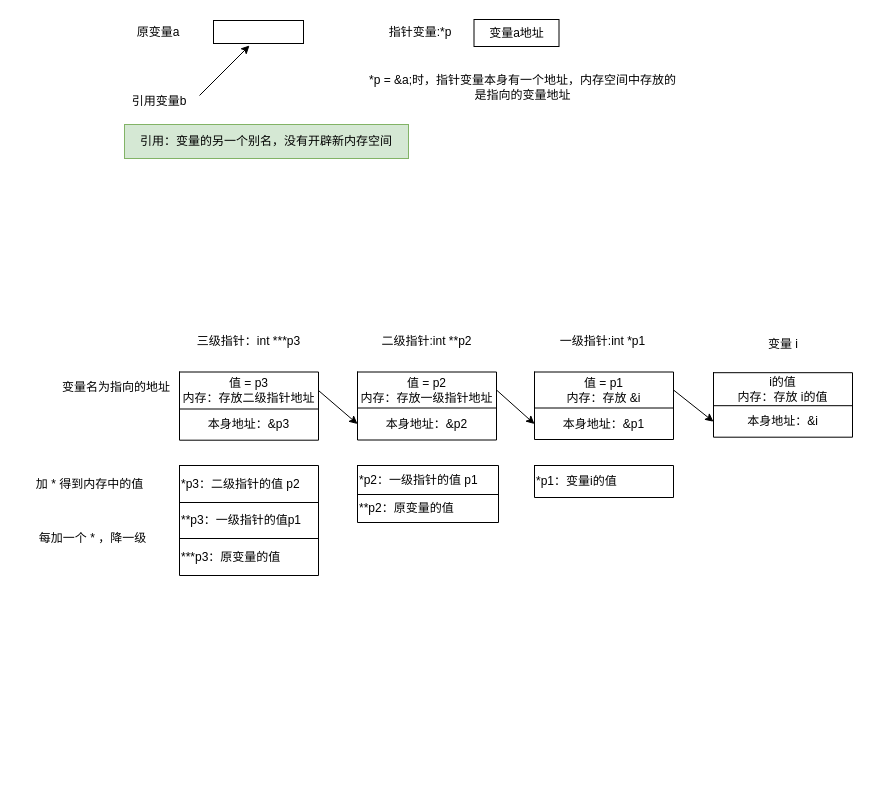
Earlier version of the draw.io diagram 未命名绘图.drawio (weibu01/a_drawio). Source tidied: cells renumbered, new cells numbered last; positions are measured from the earlier drawing's top-left corner, leaving out a move shared by most shapes. Both pictures are drawn from the tidied source at 100%, with x=0, y=0 at pixel (17, 16).
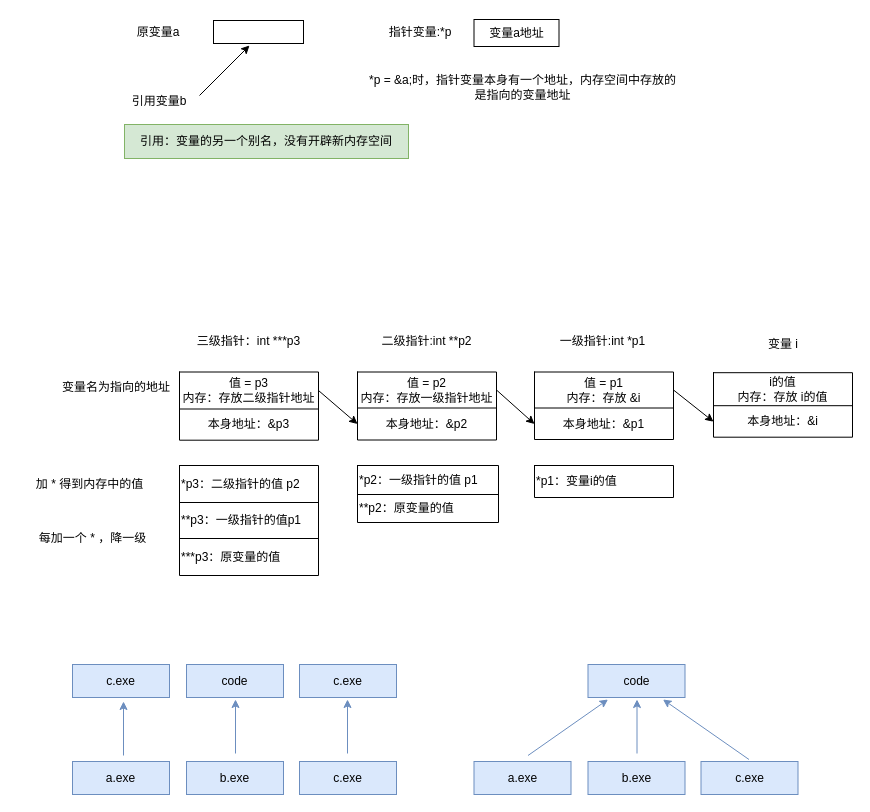
Above is the later version.

Commit message:
更新未命名绘图.drawio

Change to the diagram source:
```diff
@@
+    <mxCell id="55" value="code" style="rounded=0;whiteSpace=wrap;html=1;fillColor=#dae8fc;strokeColor=#6c8ebf;" parent="1" vertex="1">
+      <mxGeometry x="169" y="648" width="97" height="33" as="geometry" />
+    </mxCell>
+    <mxCell id="56" value="a.exe" style="rounded=0;whiteSpace=wrap;html=1;fillColor=#dae8fc;strokeColor=#6c8ebf;" parent="1" vertex="1">
+      <mxGeometry x="55" y="745" width="97" height="33" as="geometry" />
+    </mxCell>
+    <mxCell id="57" value="c.exe" style="rounded=0;whiteSpace=wrap;html=1;fillColor=#dae8fc;strokeColor=#6c8ebf;" parent="1" vertex="1">
+      <mxGeometry x="282" y="745" width="97" height="33" as="geometry" />
+    </mxCell>
+    <mxCell id="58" value="b.exe" style="rounded=0;whiteSpace=wrap;html=1;fillColor=#dae8fc;strokeColor=#6c8ebf;" parent="1" vertex="1">
+      <mxGeometry x="169" y="745" width="97" height="33" as="geometry" />
+    </mxCell>
+    <mxCell id="59" style="endArrow=classic;html=1;rounded=0;fillColor=#dae8fc;strokeColor=#6c8ebf;" parent="1" edge="1">
+      <mxGeometry relative="1" as="geometry">
+        <mxPoint x="218" y="737" as="sourcePoint" />
+        <mxPoint x="218" y="683" as="targetPoint" />
+      </mxGeometry>
+    </mxCell>
+    <mxCell id="60" value="code" style="rounded=0;whiteSpace=wrap;html=1;fillColor=#dae8fc;strokeColor=#6c8ebf;" parent="1" vertex="1">
+      <mxGeometry x="570.5" y="648" width="97" height="33" as="geometry" />
+    </mxCell>
+    <mxCell id="61" value="a.exe" style="rounded=0;whiteSpace=wrap;html=1;fillColor=#dae8fc;strokeColor=#6c8ebf;" parent="1" vertex="1">
+      <mxGeometry x="456.5" y="745" width="97" height="33" as="geometry" />
+    </mxCell>
+    <mxCell id="62" value="c.exe" style="rounded=0;whiteSpace=wrap;html=1;fillColor=#dae8fc;strokeColor=#6c8ebf;" parent="1" vertex="1">
+      <mxGeometry x="683.5" y="745" width="97" height="33" as="geometry" />
+    </mxCell>
+    <mxCell id="63" value="b.exe" style="rounded=0;whiteSpace=wrap;html=1;fillColor=#dae8fc;strokeColor=#6c8ebf;" parent="1" vertex="1">
+      <mxGeometry x="570.5" y="745" width="97" height="33" as="geometry" />
+    </mxCell>
+    <mxCell id="64" style="endArrow=classic;html=1;rounded=0;fillColor=#dae8fc;strokeColor=#6c8ebf;" parent="1" edge="1">
+      <mxGeometry relative="1" as="geometry">
+        <mxPoint x="510.5" y="739" as="sourcePoint" />
+        <mxPoint x="590.5" y="683" as="targetPoint" />
+      </mxGeometry>
+    </mxCell>
+    <mxCell id="65" style="endArrow=classic;html=1;rounded=0;fillColor=#dae8fc;strokeColor=#6c8ebf;" parent="1" edge="1">
+      <mxGeometry relative="1" as="geometry">
+        <mxPoint x="731.5" y="743" as="sourcePoint" />
+        <mxPoint x="645.5" y="683" as="targetPoint" />
+      </mxGeometry>
+    </mxCell>
+    <mxCell id="66" style="endArrow=classic;html=1;rounded=0;fillColor=#dae8fc;strokeColor=#6c8ebf;" parent="1" edge="1">
+      <mxGeometry relative="1" as="geometry">
+        <mxPoint x="619.5" y="737" as="sourcePoint" />
+        <mxPoint x="619.5" y="683" as="targetPoint" />
+      </mxGeometry>
+    </mxCell>
+    <mxCell id="67" value="c.exe" style="rounded=0;whiteSpace=wrap;html=1;fillColor=#dae8fc;strokeColor=#6c8ebf;" parent="1" vertex="1">
+      <mxGeometry x="282" y="648" width="97" height="33" as="geometry" />
+    </mxCell>
+    <mxCell id="68" value="c.exe" style="rounded=0;whiteSpace=wrap;html=1;fillColor=#dae8fc;strokeColor=#6c8ebf;" parent="1" vertex="1">
+      <mxGeometry x="55" y="648" width="97" height="33" as="geometry" />
+    </mxCell>
+    <mxCell id="69" style="endArrow=classic;html=1;rounded=0;fillColor=#dae8fc;strokeColor=#6c8ebf;" parent="1" edge="1">
+      <mxGeometry relative="1" as="geometry">
+        <mxPoint x="330" y="737" as="sourcePoint" />
+        <mxPoint x="330" y="683" as="targetPoint" />
+      </mxGeometry>
+    </mxCell>
+    <mxCell id="70" style="endArrow=classic;html=1;rounded=0;fillColor=#dae8fc;strokeColor=#6c8ebf;" parent="1" edge="1">
+      <mxGeometry relative="1" as="geometry">
+        <mxPoint x="106" y="739" as="sourcePoint" />
+        <mxPoint x="106" y="685" as="targetPoint" />
+      </mxGeometry>
+    </mxCell>
```
